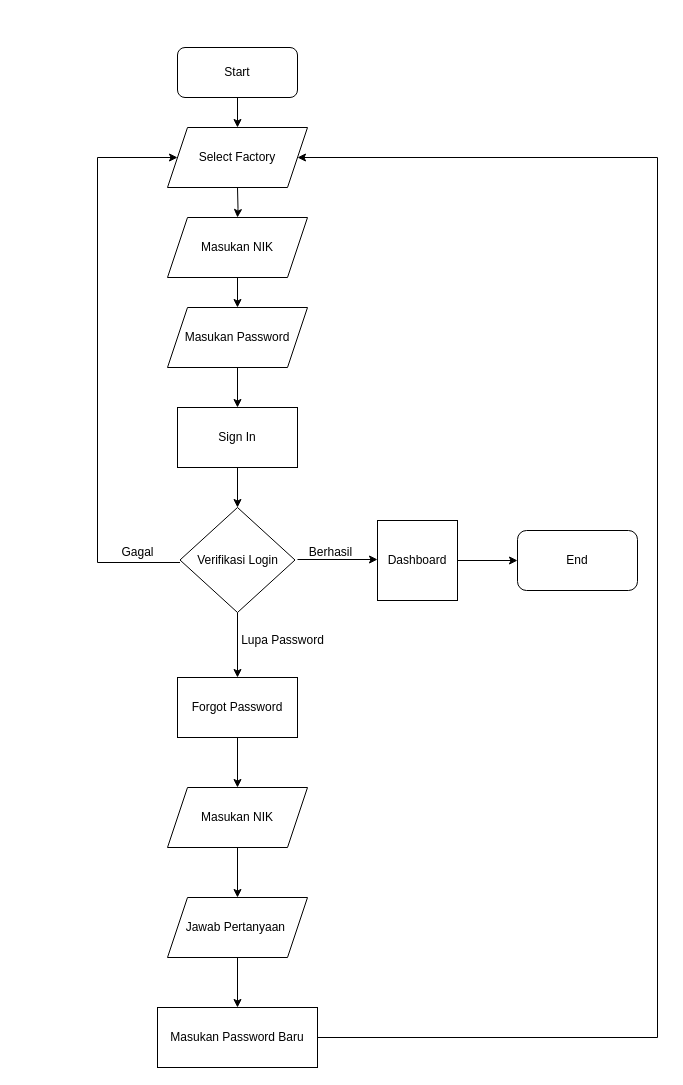
This is page "Login" (1 of 6) of Untitled Diagram.drawio from Rivoldy/EWASH_Laravel, a draw.io file, before an edit. Source tidied: cells renumbered, new cells numbered last; positions are measured from the earlier drawing's top-left corner, leaving out a move shared by most shapes. Both pictures are drawn from the tidied source at 100%, with x=0, y=0 at pixel (97, 47).
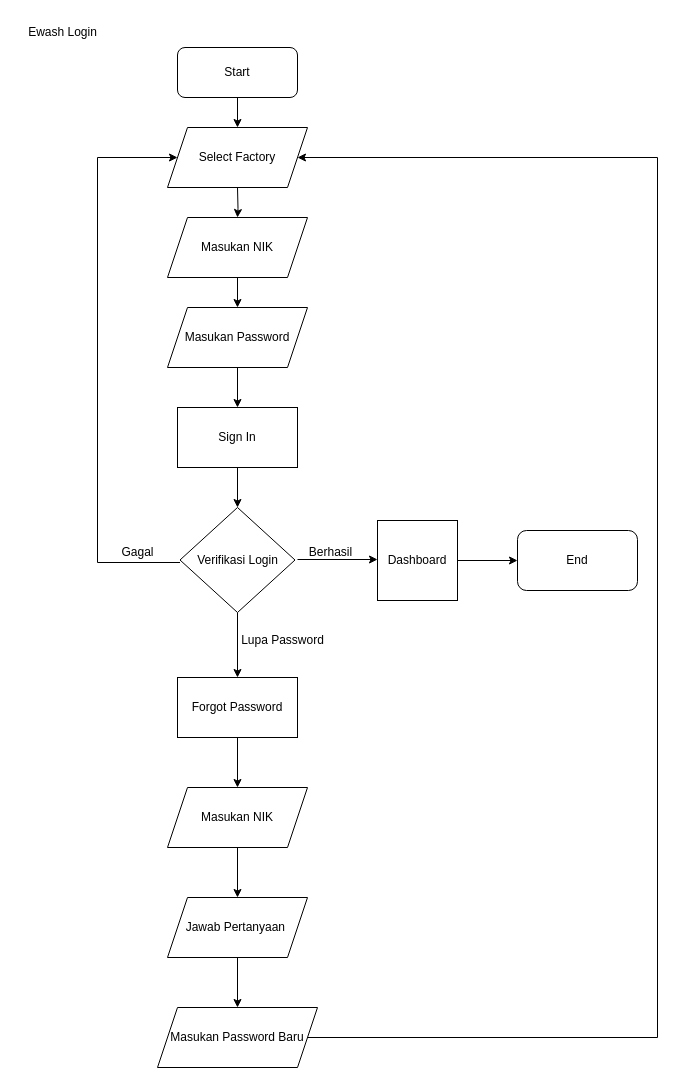
Above is the later version.

Change to the diagram source:
```diff
@@
-    <mxCell id="25" value="Masukan Password Baru" style="rounded=0;whiteSpace=wrap;html=1;" parent="1" vertex="1">
+    <mxCell id="25" value="Masukan Password Baru" style="shape=parallelogram;perimeter=parallelogramPerimeter;whiteSpace=wrap;html=1;fixedSize=1;" parent="1" vertex="1">
       <mxGeometry x="60" y="960" width="160" height="60" as="geometry" />
     </mxCell>
@@
+    <mxCell id="30" value="Ewash Login" style="text;html=1;align=center;verticalAlign=middle;strokeColor=none;fillColor=none;" parent="1" vertex="1">
+      <mxGeometry x="-80" y="-30" width="90" height="30" as="geometry" />
+    </mxCell>
```
